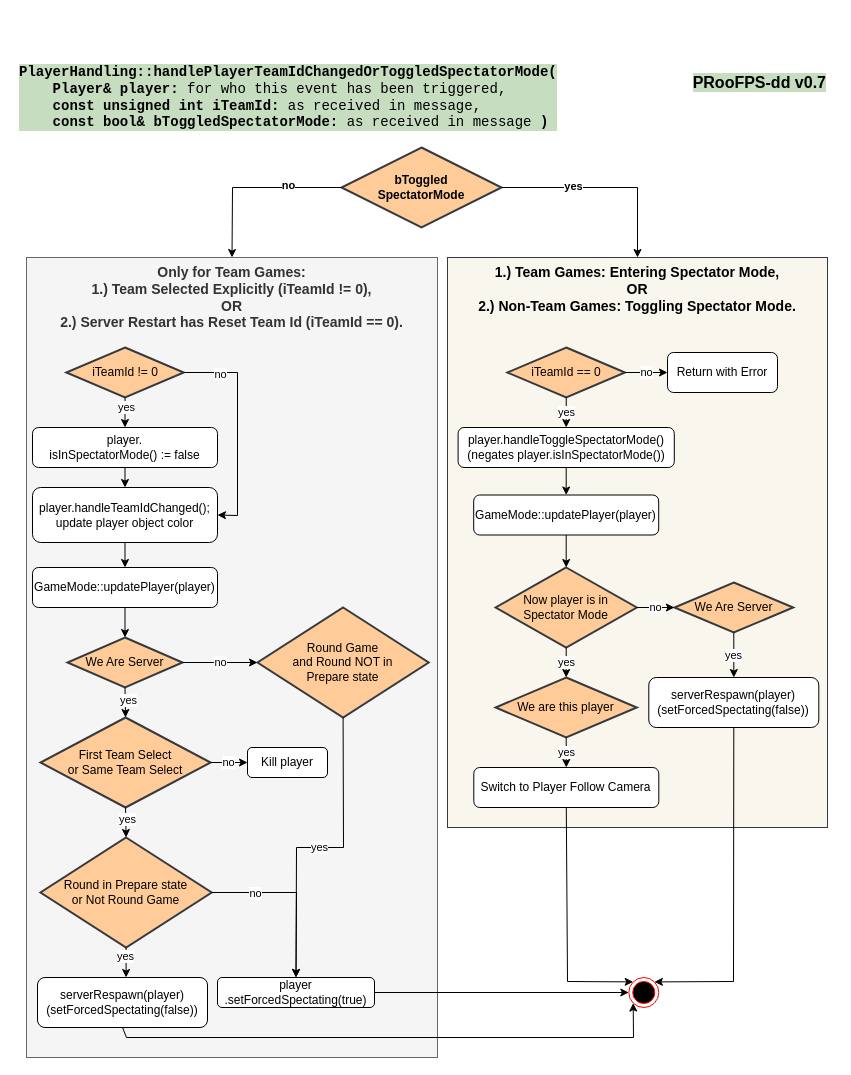
Above: doc/drawio/SelectTeam-ToggleSpectatorMode.drawio in proof88/PRooFPS-dd (draw.io), before the change. Source tidied: cells renumbered, new cells numbered last; positions are measured from the earlier drawing's top-left corner, leaving out a move shared by most shapes. Both pictures are drawn from the tidied source at 100%, with x=0, y=0 at pixel (17, 57).
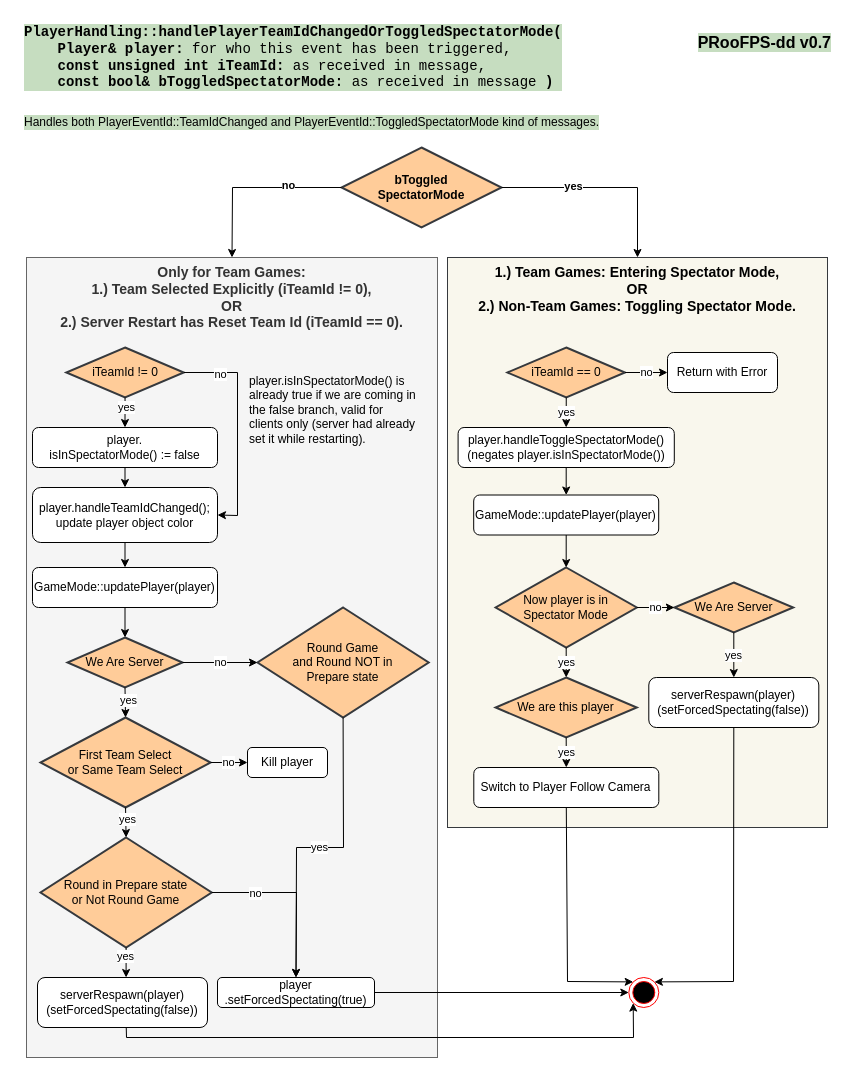
Above is the later version.

The change refers to these unchanged cells:
```xml
<mxCell id="53" value="serverRespawn(player)&lt;br&gt;(setForcedSpectating(false))" style="rounded=1;whiteSpace=wrap;html=1;fontStyle=0;" parent="1" vertex="1">
  <mxGeometry x="20" y="920" width="170" height="50" as="geometry" />
</mxCell>
<mxCell id="55" style="ellipse;html=1;shape=endState;fillColor=#000000;strokeColor=#ff0000;" parent="1" vertex="1">
  <mxGeometry x="611.3" y="920" width="30" height="30" as="geometry" />
</mxCell>
```

Change to the diagram source:
```diff
@@
     <mxCell id="9" value="PlayerHandling::handlePlayerTeamIdChangedOrToggledSpectatorMode(&lt;br&gt;&lt;div&gt;&lt;span style=&quot;color: light-dark(rgb(0, 0, 0), rgb(255, 255, 255));&quot;&gt;&amp;nbsp; &amp;nbsp; Player&amp;amp; player: &lt;span style=&quot;font-weight: normal;&quot;&gt;for who this event has been triggered,&lt;/span&gt;&lt;br&gt;&amp;nbsp; &amp;nbsp; const unsigned int iTeamId: &lt;span style=&quot;font-weight: normal;&quot;&gt;as received in message,&lt;/span&gt;&lt;br&gt;&amp;nbsp; &amp;nbsp; const bool&amp;amp; bToggledSpectatorMode: &lt;span style=&quot;font-weight: normal;&quot;&gt;as received in message&lt;/span&gt; )&lt;/span&gt;&lt;/div&gt;" style="text;html=1;whiteSpace=wrap;strokeColor=none;fillColor=none;align=left;verticalAlign=top;rounded=0;fontStyle=1;fontSize=14;labelBackgroundColor=light-dark(#C6DDC0,#EDEDED);fontFamily=Courier New;" parent="1" vertex="1">
-      <mxGeometry width="791" height="90" as="geometry" />
+      <mxGeometry x="4.5" y="-40" width="791" height="90" as="geometry" />
     </mxCell>
@@
-    <mxCell id="59" style="endArrow=classic;html=1;rounded=0;entryX=0;entryY=1;entryDx=0;entryDy=0;exitX=0.5;exitY=1;exitDx=0;exitDy=0;" parent="1" edge="1" source="53" target="55">
+    <mxCell id="59" style="endArrow=classic;html=1;rounded=0;entryX=0;entryY=1;entryDx=0;entryDy=0;exitX=0.522;exitY=1;exitDx=0;exitDy=0;exitPerimeter=0;" parent="1" edge="1" source="53" target="55">
       <mxGeometry relative="1" as="geometry">
         <Array as="points">
           <mxPoint x="109" y="980" />
           <mxPoint x="616" y="980" />
         </Array>
       </mxGeometry>
     </mxCell>
     <mxCell id="60" value="PRooFPS-dd v0.7" style="text;html=1;whiteSpace=wrap;strokeColor=none;fillColor=none;align=right;verticalAlign=middle;rounded=0;fontStyle=1;labelBackgroundColor=light-dark(#C6DDC0,#EDEDED);fontSize=16;" parent="1" vertex="1">
-      <mxGeometry x="610" y="10" width="201.2" height="30" as="geometry" />
+      <mxGeometry x="614.5" y="-30" width="201.2" height="30" as="geometry" />
     </mxCell>
@@
+    <mxCell id="62" value="Handles both&amp;nbsp;PlayerEventId::TeamIdChanged and&amp;nbsp;PlayerEventId::ToggledSpectatorMode kind of messages." style="text;html=1;whiteSpace=wrap;strokeColor=none;fillColor=none;align=left;verticalAlign=middle;rounded=0;labelBackgroundColor=light-dark(#C6DDC0,#EDEDED);" parent="1" vertex="1">
+      <mxGeometry x="4.5" y="50" width="810" height="30" as="geometry" />
+    </mxCell>
+    <mxCell id="63" value="player.isInSpectatorMode() is already true if we are coming in the false branch, valid for clients only (server had already set it while restarting)." style="text;html=1;whiteSpace=wrap;strokeColor=none;fillColor=none;align=left;verticalAlign=top;rounded=0;" parent="1" vertex="1">
+      <mxGeometry x="230" y="310" width="168.8" height="150" as="geometry" />
+    </mxCell>
```
